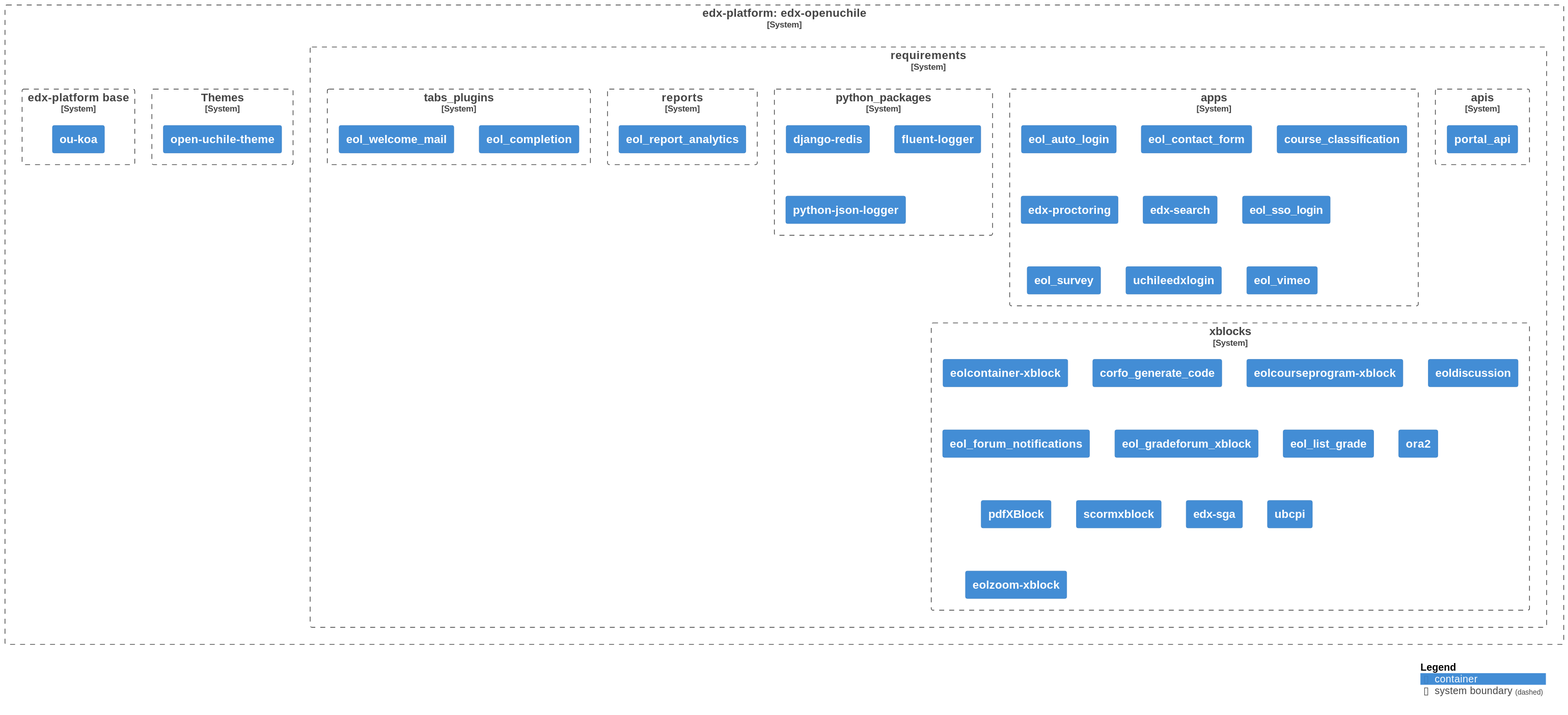
This is diagrams/diagram.svg from eol-uchile/edx-openuchile, a PlantUML export, as it was before one commit.
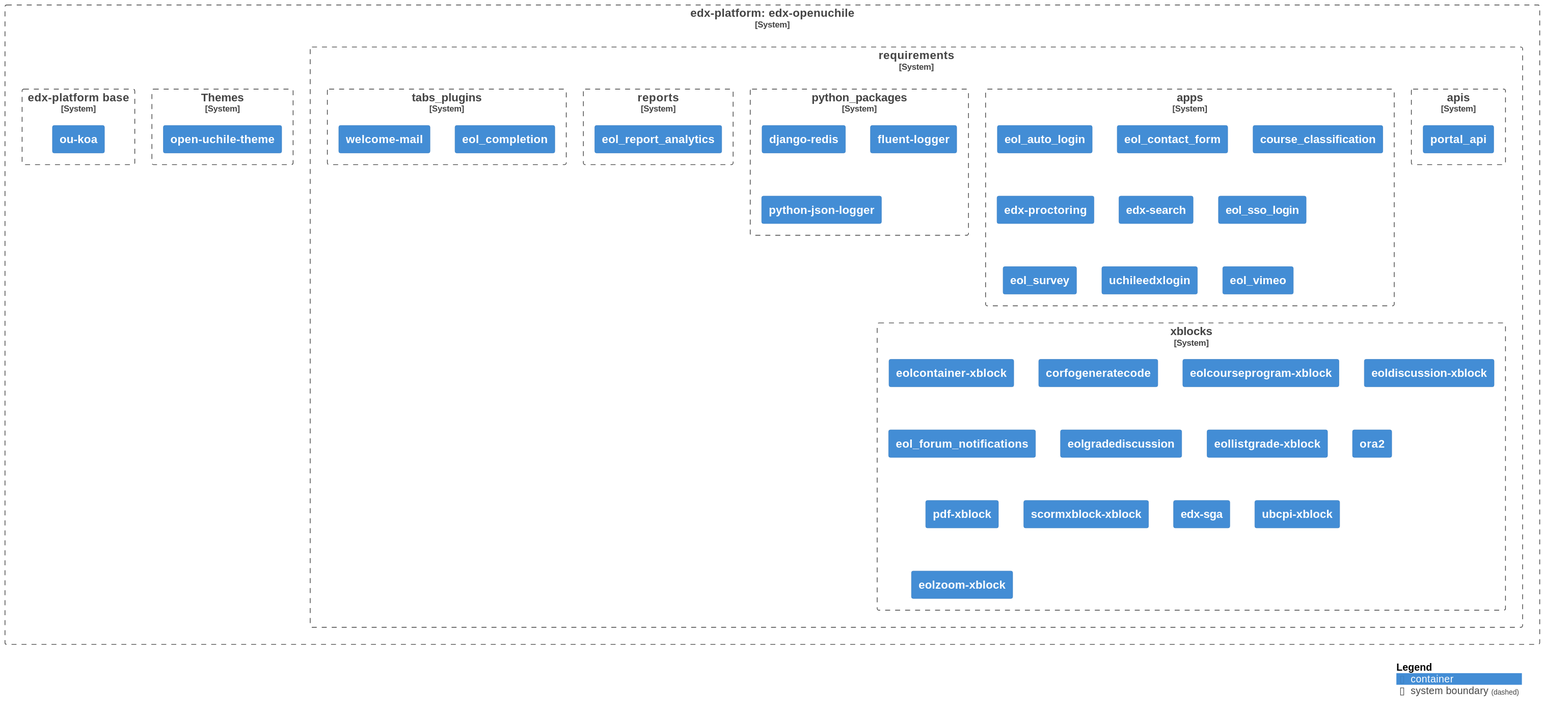
After the change.

Commit message:
Auto-generate UML diagram

The edit, as a diff of the source:
```diff
@@ -31,7 +31,7 @@
 
                 Container(apps8, "uchileedxlogin", $link="https://github.com/open-uchile/uchileedxlogin")
 
-                Container(apps9, "eol_vimeo", $link="https://github.com/open-uchile/eol_vimeo")
+                Container(apps9, "eol_vimeo", $link="https://github.com/eol-uchile/eol_vimeo")
 
             }
 
@@ -55,7 +55,7 @@
 
                 Container(tabs_plugins1, "eol_completion", $link="https://github.com/eol-uchile/eol_completion")
 
-                Container(tabs_plugins2, "eol_welcome_mail", $link="https://github.com/eol-uchile/eol_welcome_mail")
+                Container(tabs_plugins2, "welcome-mail", $link="https://github.com/eol-uchile/eol_welcome_mail")
 
             }
 
@@ -63,27 +63,27 @@
 
                 Container(xblocks1, "eolcontainer-xblock", $link="https://github.com/eol-uchile/eol-container-xblock.git")
 
-                Container(xblocks2, "corfo_generate_code", $link="https://github.com/eol-uchile/corfo_generate_code")
+                Container(xblocks2, "corfogeneratecode", $link="https://github.com/eol-uchile/corfo_generate_code")
 
                 Container(xblocks3, "eolcourseprogram-xblock", $link="https://github.com/eol-uchile/eol-course-program-xblock")
 
-                Container(xblocks4, "eoldiscussion", $link="https://github.com/eol-uchile/eol_xblock_discussion")
+                Container(xblocks4, "eoldiscussion-xblock", $link="https://github.com/eol-uchile/eol_xblock_discussion")
 
                 Container(xblocks5, "eol_forum_notifications", $link="https://github.com/eol-uchile/eol_forum_notifications")
 
-                Container(xblocks6, "eol_gradeforum_xblock", $link="https://github.com/eol-uchile/eol_gradeforum_xblock")
+                Container(xblocks6, "eolgradediscussion", $link="https://github.com/eol-uchile/eol_gradeforum_xblock")
 
-                Container(xblocks7, "eol_list_grade", $link="https://github.com/eol-uchile/eol_list_grade")
+                Container(xblocks7, "eollistgrade-xblock", $link="https://github.com/eol-uchile/eol_list_grade")
 
                 Container(xblocks8, "ora2", $link="https://github.com/eol-uchile/edx-ora2.git")
 
-                Container(xblocks9, "pdfXBlock", $link="https://github.com/open-uchile/pdfXBlock")
+                Container(xblocks9, "pdf-xblock", $link="https://github.com/open-uchile/pdfXBlock")
 
-                Container(xblocks10, "scormxblock", $link="https://github.com/eol-uchile/edx_xblock_scorm")
+                Container(xblocks10, "scormxblock-xblock", $link="https://github.com/eol-uchile/edx_xblock_scorm")
 
                 Container(xblocks11, "edx-sga", $link="https://github.com/eol-uchile/edx-sga")
 
-                Container(xblocks12, "ubcpi", $link="https://github.com/eol-uchile/ubcpi")
+                Container(xblocks12, "ubcpi-xblock", $link="https://github.com/eol-uchile/ubcpi")
 
                 Container(xblocks13, "eolzoom-xblock", $link="https://github.com/eol-uchile/eol-zoom-xblock")
 
```
